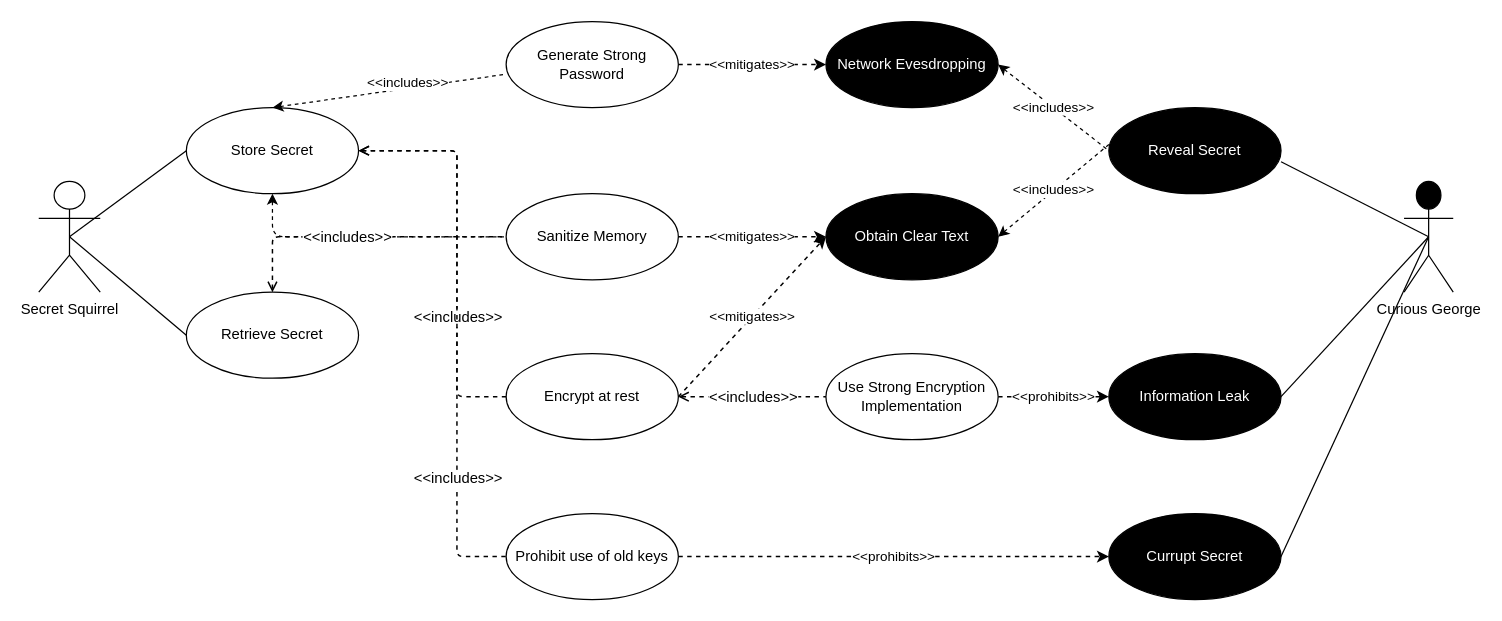
sdfrench/CYBR8420-GotRoot keeps this draw.io diagram as page "Secrets" (3 of 5) of Images/Use Cases.drawio. Above is the earlier version. Source tidied: cells renumbered, new cells numbered last; positions are measured from the earlier drawing's top-left corner, leaving out a move shared by most shapes. Both pictures are drawn from the tidied source at 123%, with x=0, y=0 at pixel (38, 21).
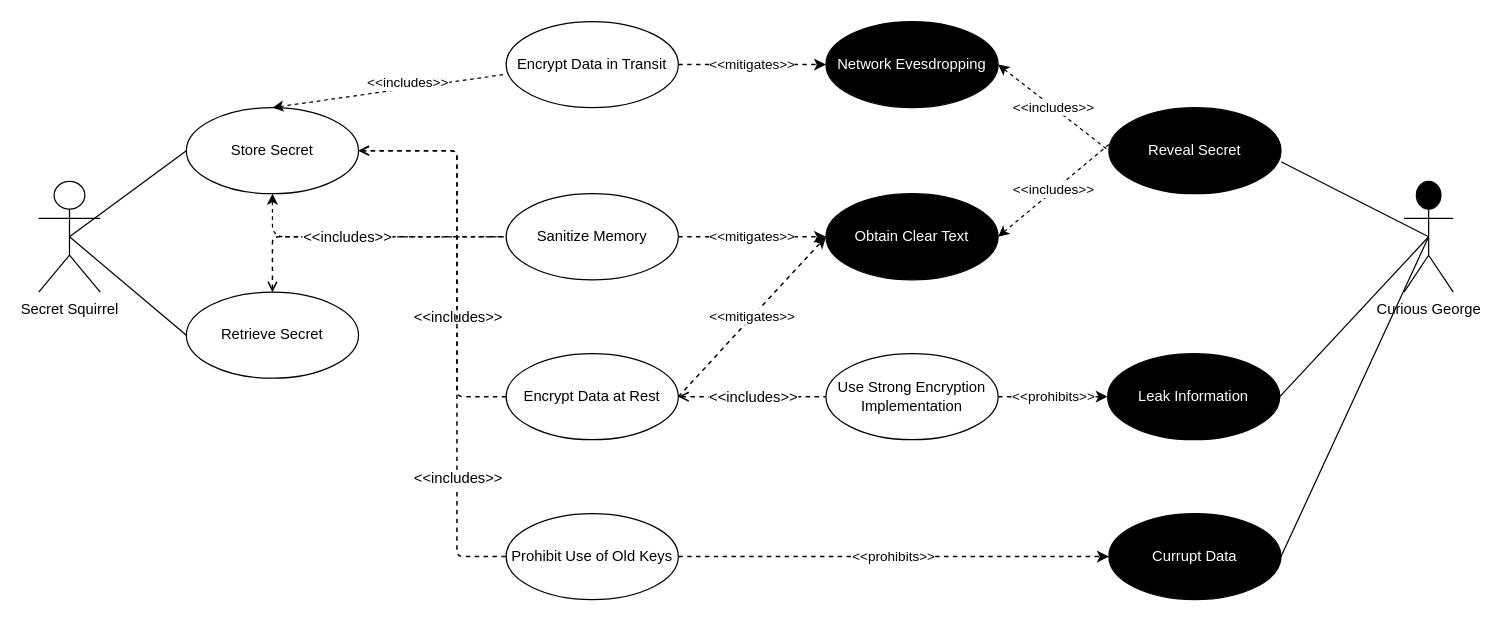
The same page after the edit.

Change to the diagram source:
```diff
@@
-    <mxCell id="7" value="Information Leak" style="ellipse;whiteSpace=wrap;html=1;fillColor=#000000;fontColor=#FFFFFF;" parent="1" vertex="1">
-      <mxGeometry x="870" y="270" width="140" height="70" as="geometry" />
+    <mxCell id="7" value="Leak Information" style="ellipse;whiteSpace=wrap;html=1;fillColor=#000000;fontColor=#FFFFFF;" parent="1" vertex="1">
+      <mxGeometry x="869" y="270" width="140" height="70" as="geometry" />
     </mxCell>
@@
-    <mxCell id="11" value="Generate Strong Password" style="ellipse;whiteSpace=wrap;html=1;" parent="1" vertex="1">
+    <mxCell id="11" value="Encrypt Data in Transit" style="ellipse;whiteSpace=wrap;html=1;" parent="1" vertex="1">
       <mxGeometry x="380" width="140" height="70" as="geometry" />
     </mxCell>
@@
-    <mxCell id="13" value="Encrypt at rest" style="ellipse;whiteSpace=wrap;html=1;" parent="1" vertex="1">
+    <mxCell id="13" value="Encrypt Data at Rest" style="ellipse;whiteSpace=wrap;html=1;" parent="1" vertex="1">
       <mxGeometry x="380" y="270" width="140" height="70" as="geometry" />
     </mxCell>
-    <mxCell id="14" value="Prohibit use of old keys" style="ellipse;whiteSpace=wrap;html=1;" parent="1" vertex="1">
+    <mxCell id="14" value="Prohibit Use of Old Keys" style="ellipse;whiteSpace=wrap;html=1;" parent="1" vertex="1">
       <mxGeometry x="380" y="400" width="140" height="70" as="geometry" />
     </mxCell>
@@
-    <mxCell id="18" value="Currupt Secret" style="ellipse;whiteSpace=wrap;html=1;fillColor=#000000;fontColor=#FFFFFF;" parent="1" vertex="1">
+    <mxCell id="18" value="Currupt Data" style="ellipse;whiteSpace=wrap;html=1;fillColor=#000000;fontColor=#FFFFFF;" parent="1" vertex="1">
       <mxGeometry x="870" y="400" width="140" height="70" as="geometry" />
     </mxCell>
```
